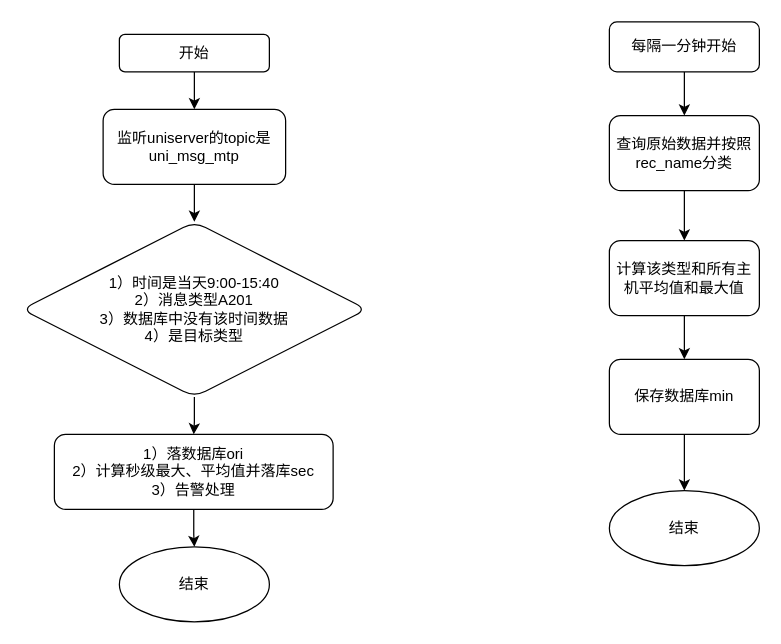
Earlier version of the draw.io diagram sse/project/ooc-dtp-moni/ooc-dtp-moni.drawio (crazyCodeLove/draw). Source tidied: cells renumbered, new cells numbered last; positions are measured from the earlier drawing's top-left corner, leaving out a move shared by most shapes. Both pictures are drawn from the tidied source at 125%, with x=0, y=0 at pixel (21, 21).
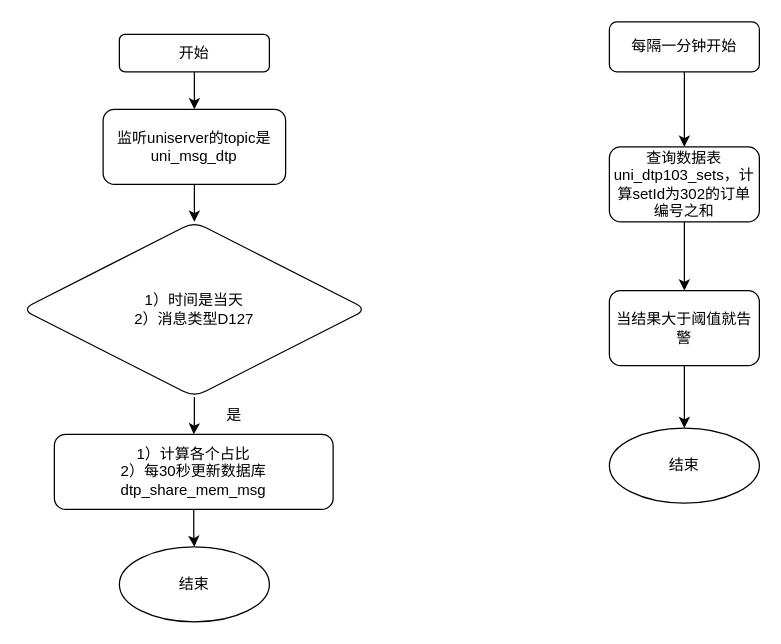
The same diagram, later.

The edit, as a diff of the source:
```diff
@@
 <mxGraphModel>
   <root>
     <mxCell id="0" />
     <mxCell id="1" parent="0" />
     <mxCell id="2" style="edgeStyle=orthogonalEdgeStyle;rounded=0;jettySize=auto;html=1;" parent="1" edge="1" source="3" target="5">
       <mxGeometry relative="1" as="geometry" />
     </mxCell>
     <mxCell id="3" value="开始" style="rounded=1;whiteSpace=wrap;html=1;" parent="1" vertex="1">
       <mxGeometry x="78" y="10" width="120" height="30" as="geometry" />
     </mxCell>
     <mxCell id="4" style="edgeStyle=orthogonalEdgeStyle;rounded=0;jettySize=auto;html=1;" parent="1" edge="1" source="5" target="7">
       <mxGeometry relative="1" as="geometry" />
     </mxCell>
-    <mxCell id="5" value="&lt;div&gt;监听uniserver的topic是&lt;/div&gt;&lt;div&gt;uni_msg_mtp&lt;br&gt;&lt;/div&gt;" style="rounded=1;whiteSpace=wrap;html=1;" parent="1" vertex="1">
+    <mxCell id="5" value="&lt;div&gt;监听uniserver的topic是&lt;/div&gt;&lt;div&gt;uni_msg_dtp&lt;br&gt;&lt;/div&gt;" style="rounded=1;whiteSpace=wrap;html=1;" parent="1" vertex="1">
       <mxGeometry x="65" y="70" width="146" height="60" as="geometry" />
     </mxCell>
     <mxCell id="6" style="edgeStyle=orthogonalEdgeStyle;rounded=0;jettySize=auto;html=1;" parent="1" edge="1" source="7" target="9">
       <mxGeometry relative="1" as="geometry" />
     </mxCell>
-    <mxCell id="7" value="&lt;div&gt;1）时间是当天9:00-15:40&lt;/div&gt;&lt;div&gt;2）消息类型A201&lt;/div&gt;&lt;div&gt;3）数据库中没有该时间数据&lt;/div&gt;&lt;div&gt;4）是目标类型&lt;br&gt;&lt;/div&gt;" style="rhombus;whiteSpace=wrap;html=1;rounded=1;" parent="1" vertex="1">
+    <mxCell id="7" value="&lt;div&gt;1）时间是当天&lt;/div&gt;&lt;div&gt;2）消息类型D127&lt;/div&gt;" style="rhombus;whiteSpace=wrap;html=1;rounded=1;" parent="1" vertex="1">
       <mxGeometry y="160" width="276" height="140" as="geometry" />
     </mxCell>
     <mxCell id="8" style="edgeStyle=orthogonalEdgeStyle;rounded=0;jettySize=auto;html=1;" parent="1" edge="1" source="9" target="10">
       <mxGeometry relative="1" as="geometry" />
     </mxCell>
-    <mxCell id="9" value="&lt;div&gt;1）落数据库ori&lt;/div&gt;&lt;div&gt;2）计算秒级最大、平均值并落库sec&lt;/div&gt;&lt;div&gt;3）告警处理&lt;br&gt;&lt;/div&gt;" style="rounded=1;whiteSpace=wrap;html=1;" parent="1" vertex="1">
+    <mxCell id="9" value="&lt;div&gt;1）计算各个占比&lt;/div&gt;&lt;div&gt;2）每30秒更新数据库dtp_share_mem_msg&lt;/div&gt;" style="rounded=1;whiteSpace=wrap;html=1;" parent="1" vertex="1">
       <mxGeometry x="26" y="330" width="223" height="60" as="geometry" />
     </mxCell>
     <mxCell id="10" value="结束" style="ellipse;whiteSpace=wrap;html=1;rounded=1;" parent="1" vertex="1">
       <mxGeometry x="78" y="420" width="120" height="60" as="geometry" />
     </mxCell>
     <mxCell id="11" style="edgeStyle=orthogonalEdgeStyle;rounded=0;jettySize=auto;html=1;" parent="1" edge="1" source="12" target="14">
       <mxGeometry relative="1" as="geometry" />
     </mxCell>
     <mxCell id="12" value="每隔一分钟开始" style="rounded=1;whiteSpace=wrap;html=1;" parent="1" vertex="1">
       <mxGeometry x="470" width="120" height="40" as="geometry" />
     </mxCell>
-    <mxCell id="13" style="edgeStyle=orthogonalEdgeStyle;rounded=0;jettySize=auto;html=1;" parent="1" edge="1" source="14" target="16">
+    <mxCell id="13" style="edgeStyle=orthogonalEdgeStyle;rounded=0;jettySize=auto;html=1;entryX=0.5;entryY=0;entryDx=0;entryDy=0;" parent="1" edge="1" source="14" target="21">
       <mxGeometry relative="1" as="geometry" />
     </mxCell>
-    <mxCell id="14" value="查询原始数据并按照rec_name分类" style="rounded=1;whiteSpace=wrap;html=1;" parent="1" vertex="1">
-      <mxGeometry x="470" y="75" width="120" height="60" as="geometry" />
+    <mxCell id="14" value="查询数据表uni_dtp103_sets，计算setId为302的订单编号之和" style="rounded=1;whiteSpace=wrap;html=1;" parent="1" vertex="1">
+      <mxGeometry x="470" y="100" width="120" height="60" as="geometry" />
     </mxCell>
-    <mxCell id="15" style="edgeStyle=orthogonalEdgeStyle;rounded=0;jettySize=auto;html=1;" parent="1" edge="1" source="16" target="18">
-      <mxGeometry relative="1" as="geometry" />
-    </mxCell>
-    <mxCell id="16" value="计算该类型和所有主机平均值和最大值" style="rounded=1;whiteSpace=wrap;html=1;" parent="1" vertex="1">
-      <mxGeometry x="470" y="175" width="120" height="60" as="geometry" />
-    </mxCell>
-    <mxCell id="17" style="edgeStyle=orthogonalEdgeStyle;rounded=0;jettySize=auto;html=1;" parent="1" edge="1" source="18" target="19">
+    <mxCell id="17" style="edgeStyle=orthogonalEdgeStyle;rounded=0;jettySize=auto;html=1;exitX=0.5;exitY=1;exitDx=0;exitDy=0;" parent="1" edge="1" source="21" target="19">
       <mxGeometry relative="1" as="geometry" />
     </mxCell>
-    <mxCell id="18" value="保存数据库min" style="rounded=1;whiteSpace=wrap;html=1;" parent="1" vertex="1">
-      <mxGeometry x="470" y="270" width="120" height="60" as="geometry" />
-    </mxCell>
     <mxCell id="19" value="结束" style="ellipse;whiteSpace=wrap;html=1;rounded=1;" parent="1" vertex="1">
-      <mxGeometry x="470" y="375" width="120" height="60" as="geometry" />
+      <mxGeometry x="470" y="325" width="120" height="60" as="geometry" />
     </mxCell>
+    <mxCell id="20" value="是" style="text;html=1;strokeColor=none;fillColor=none;align=center;verticalAlign=middle;whiteSpace=wrap;rounded=0;" parent="1" vertex="1">
+      <mxGeometry x="150" y="305" width="40" height="20" as="geometry" />
+    </mxCell>
+    <mxCell id="21" value="当结果大于阈值就告警" style="rounded=1;whiteSpace=wrap;html=1;" parent="1" vertex="1">
+      <mxGeometry x="470" y="215" width="120" height="60" as="geometry" />
+    </mxCell>
   </root>
 </mxGraphModel>
```
